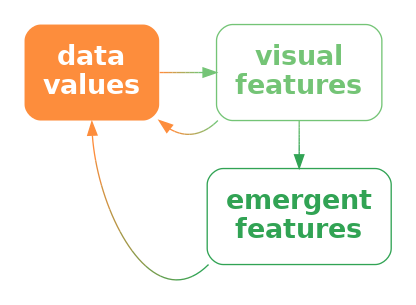
This is Diagrams/data-vis-vis-decode.png from pmur002/hdvw, a Graphviz export, as it was before one commit. Its source is kept beside it as Diagrams/data-vis-vis-decode.dot.
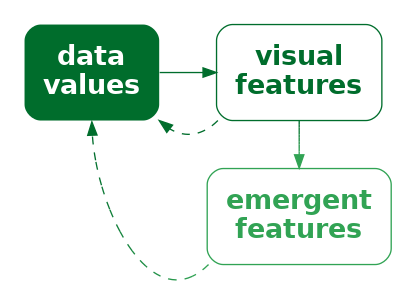
After the change.

Diff of the diagram source:
```diff
@@ -1,14 +1,14 @@
 digraph {
   graph [ rankdir=LR; margin=.2; nodesep=.5 ];
   node [ fontsize=20; fontname="sans bold"; margin=.2 ];
-  data [ label="data\nvalues"; shape=box; style="filled, rounded"; penwidth=0; fontcolor=white; fillcolor="#FD8D3C" ]
+  data [ label="data\nvalues"; shape=box; style="filled, rounded"; penwidth=0; fontcolor=white; fillcolor="#006D2C" ]
   vis [ label="visual\nfeatures"; shape=box;
-     style="rounded"; color="#74C476"; fontcolor="#74C476" ]
+     style="rounded"; color="#006D2C"; fontcolor="#006D2C" ]
   add [ label="emergent\nfeatures"; shape=box;
      style="rounded"; color="#31A354"; fontcolor="#31A354" ]
-  data -> vis [ style="bold"; penwidth=1; color="#FD8D3C;0.1:#EE9342;0.1:#DF9949;0.1:#CF9F4F;0.1:#C0A556;0.1:#B1AC5C;0.1:#A2B263;0.1:#92B869;0.1:#83BE70;0.1:#74C476;0.1" ]
-  vis -> add [ style="solid", color="#74C476;0.1:#6DC072;0.1:#65BD6E;0.1:#5EB96B;0.1:#56B567;0.1:#4FB263;0.1:#47AE5F;0.1:#40AA5C;0.1:#38A758;0.1:#31A354;0.1" ]
-  vis:sw -> data:se [ style="solid", color="#74C476;0.1:#83BE70;0.1:#92B869;0.1:#A2B263;0.1:#B1AC5C;0.1:#C0A556;0.1:#CF9F4F;0.1:#DF9949;0.1:#EE9342;0.1:#FD8D3C;0.1" ]
-  add:sw -> data:s [ style="solid", color="#31A354;0.1:#48A151;0.1:#5E9E4F;0.1:#759C4C;0.1:#8C9949;0.1:#A29747;0.1:#B99444;0.1:#D09241;0.1:#E68F3F;0.1:#FD8D3C;0.1" ]
+  data -> vis [ style="bold"; penwidth=1; color="#006D2C" ]
+  vis -> add [ style="solid", color="#006D2C;0.1:#057330;0.1:#0B7935;0.1:#107F39;0.1:#16853E;0.1:#1B8B42;0.1:#219147;0.1:#26974B;0.1:#2C9D50;0.1:#31A354;0.1" ]
+  vis:sw -> data:se [ style="dashed", color="#006D2C" ]
+  add:sw -> data:s [ style="dashed", color="#31A354;0.1:#2C9D50;0.1:#26974B;0.1:#219147;0.1:#1B8B42;0.1:#16853E;0.1:#107F39;0.1:#0B7935;0.1:#057330;0.1:#006D2C;0.1" ]
 { rank=same; vis, add }
 }
```
